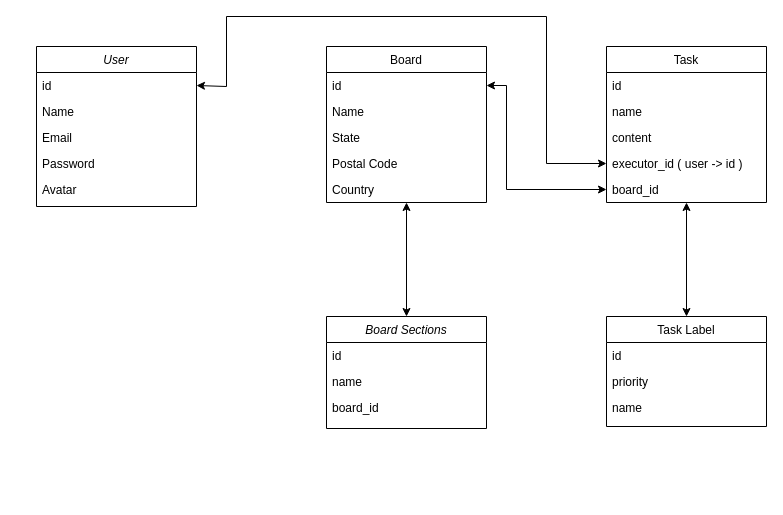
Before: Untitled Diagram.drawio in rostilos/vue-trello, a draw.io diagram. Source tidied: cells renumbered, new cells numbered last; positions are measured from the earlier drawing's top-left corner, leaving out a move shared by most shapes. Both pictures are drawn from the tidied source at 100%, with x=0, y=0 at pixel (36, 16).
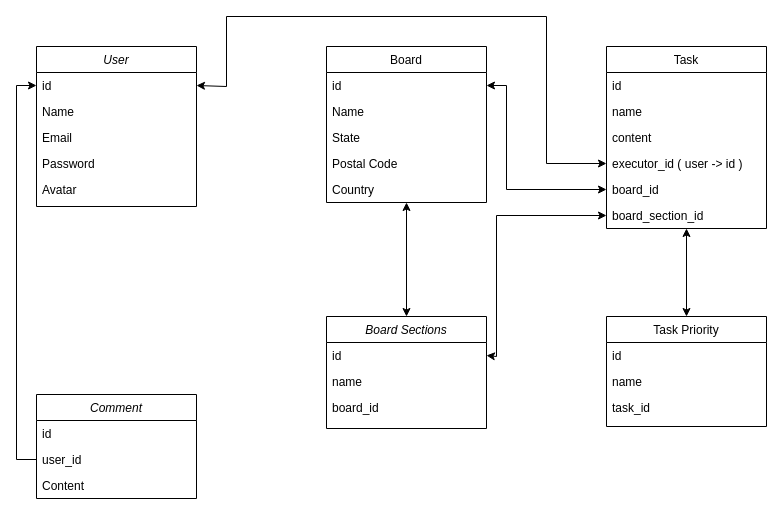
After the change.

The change refers to these unchanged cells:
```xml
<mxCell id="3" value="id" style="text;align=left;verticalAlign=top;spacingLeft=4;spacingRight=4;overflow=hidden;points=[[0,0.5],[1,0.5]];portConstraint=eastwest;rounded=0;shadow=0;html=0;" parent="2" vertex="1">
  <mxGeometry y="26" width="160" height="26" as="geometry" />
</mxCell>
<mxCell id="15" value="id    " style="text;align=left;verticalAlign=top;spacingLeft=4;spacingRight=4;overflow=hidden;points=[[0,0.5],[1,0.5]];portConstraint=eastwest;" parent="14" vertex="1">
  <mxGeometry y="26" width="160" height="26" as="geometry" />
</mxCell>
```

Diff of the diagram source:
```diff
@@
     <mxCell id="19" value="Task" style="swimlane;fontStyle=0;align=center;verticalAlign=top;horizontal=1;startSize=26;rounded=0;shadow=0;strokeWidth=1;" parent="1" vertex="1">
-      <mxGeometry x="570" y="30" width="160" height="156" as="geometry" />
+      <mxGeometry x="570" y="30" width="160" height="182" as="geometry" />
     </mxCell>
@@
-    <mxCell id="24" value="board_id" style="text;align=left;verticalAlign=top;spacingLeft=4;spacingRight=4;overflow=hidden;points=[[0,0.5],[1,0.5]];portConstraint=eastwest;rounded=0;shadow=0;html=0;" parent="19" vertex="1">
+    <mxCell id="24" value="board_id&#10;" style="text;align=left;verticalAlign=top;spacingLeft=4;spacingRight=4;overflow=hidden;points=[[0,0.5],[1,0.5]];portConstraint=eastwest;rounded=0;shadow=0;html=0;" parent="19" vertex="1">
       <mxGeometry y="130" width="160" height="26" as="geometry" />
     </mxCell>
+    <mxCell id="32" value="board_section_id" style="text;align=left;verticalAlign=top;spacingLeft=4;spacingRight=4;overflow=hidden;points=[[0,0.5],[1,0.5]];portConstraint=eastwest;rounded=0;shadow=0;html=0;" parent="19" vertex="1">
+      <mxGeometry y="156" width="160" height="26" as="geometry" />
+    </mxCell>
-    <mxCell id="25" value="Task Label" style="swimlane;fontStyle=0;align=center;verticalAlign=top;horizontal=1;startSize=26;rounded=0;shadow=0;strokeWidth=1;" parent="1" vertex="1">
+    <mxCell id="25" value="Task Priority" style="swimlane;fontStyle=0;align=center;verticalAlign=top;horizontal=1;startSize=26;rounded=0;shadow=0;strokeWidth=1;" parent="1" vertex="1">
       <mxGeometry x="570" y="300" width="160" height="110" as="geometry" />
     </mxCell>
@@
-    <mxCell id="27" value="priority" style="text;align=left;verticalAlign=top;spacingLeft=4;spacingRight=4;overflow=hidden;rounded=0;shadow=0;html=0;" parent="25" vertex="1">
-      <mxGeometry y="52" width="160" height="26" as="geometry" />
-    </mxCell>
     <mxCell id="28" value="name" style="text;align=left;verticalAlign=top;spacingLeft=4;spacingRight=4;overflow=hidden;rounded=0;shadow=0;html=0;" parent="25" vertex="1">
-      <mxGeometry y="78" width="160" height="26" as="geometry" />
+      <mxGeometry y="52" width="160" height="26" as="geometry" />
     </mxCell>
+    <mxCell id="33" value="task_id" style="text;align=left;verticalAlign=top;spacingLeft=4;spacingRight=4;overflow=hidden;rounded=0;shadow=0;html=0;" parent="25" vertex="1">
+      <mxGeometry y="78" width="160" height="26" as="geometry" />
+    </mxCell>
@@
+    <mxCell id="34" style="endArrow=classic;startArrow=classic;html=1;rounded=0;entryX=0;entryY=0.5;entryDx=0;entryDy=0;exitX=1;exitY=0.5;exitDx=0;exitDy=0;" parent="1" edge="1" source="15" target="32">
+      <mxGeometry relative="1" as="geometry">
+        <Array as="points">
+          <mxPoint x="460" y="340" />
+          <mxPoint x="460" y="199" />
+        </Array>
+      </mxGeometry>
+    </mxCell>
+    <mxCell id="35" value="Comment" style="swimlane;fontStyle=2;align=center;verticalAlign=top;horizontal=1;startSize=26;rounded=0;shadow=0;strokeWidth=1;" parent="1" vertex="1">
+      <mxGeometry y="378" width="160" height="104" as="geometry" />
+    </mxCell>
+    <mxCell id="36" value="id" style="text;align=left;verticalAlign=top;spacingLeft=4;spacingRight=4;overflow=hidden;" parent="35" vertex="1">
+      <mxGeometry y="26" width="160" height="26" as="geometry" />
+    </mxCell>
+    <mxCell id="37" value="user_id" style="text;align=left;verticalAlign=top;spacingLeft=4;spacingRight=4;overflow=hidden;points=[[0,0.5],[1,0.5]];portConstraint=eastwest;rounded=0;shadow=0;html=0;" parent="35" vertex="1">
+      <mxGeometry y="52" width="160" height="26" as="geometry" />
+    </mxCell>
+    <mxCell id="38" value="Content" style="text;align=left;verticalAlign=top;spacingLeft=4;spacingRight=4;overflow=hidden;rounded=0;shadow=0;html=0;" parent="35" vertex="1">
+      <mxGeometry y="78" width="160" height="26" as="geometry" />
+    </mxCell>
+    <mxCell id="39" style="edgeStyle=orthogonalEdgeStyle;rounded=0;jettySize=auto;html=1;exitX=0;exitY=0.5;exitDx=0;exitDy=0;entryX=0;entryY=0.5;entryDx=0;entryDy=0;" parent="1" edge="1" source="37" target="3">
+      <mxGeometry relative="1" as="geometry" />
+    </mxCell>
```
